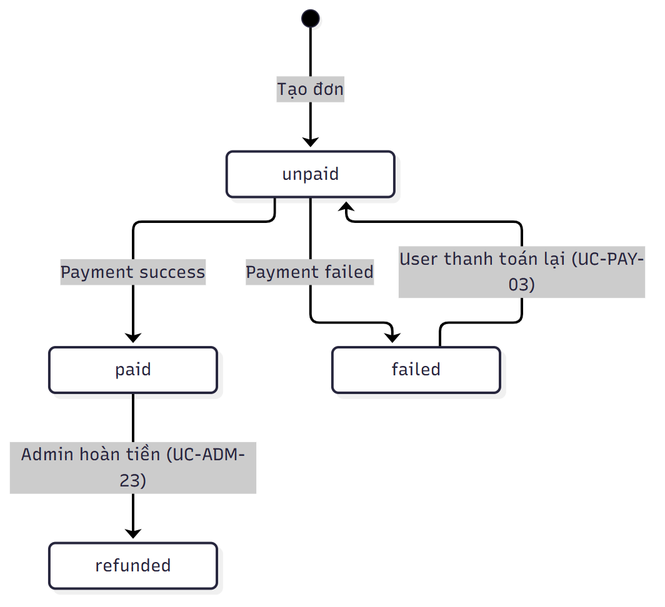
2431540234-arch/XDUDTMDT keeps this Mermaid diagram as docs/diagrams/png/state_order-payment-status.png. Above is the earlier version. Its source is kept beside it as docs/diagrams/src/state_order-payment-status.mmd. Source of this version:
```mermaid
stateDiagram-v2
    [*] --> unpaid: Tạo đơn
    unpaid --> paid: Payment success
    unpaid --> failed: Payment failed
    failed --> unpaid: User thanh toán lại (UC-PAY-03)
    paid --> refunded: Admin hoàn tiền (UC-ADM-23)
```
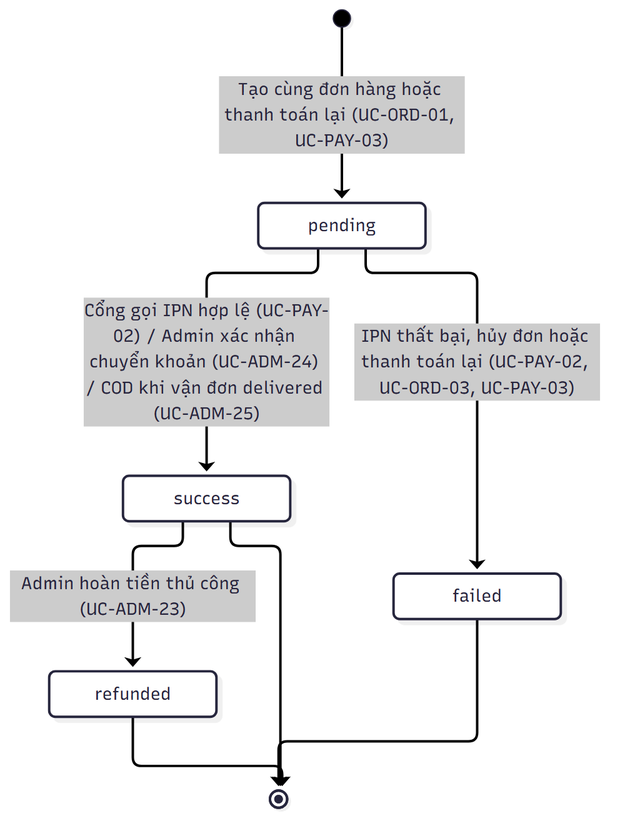
The same file after the commit.

Change to the diagram source:
```diff
@@ -1,6 +1,8 @@
 stateDiagram-v2
-    [*] --> unpaid: Tạo đơn
-    unpaid --> paid: Payment success
-    unpaid --> failed: Payment failed
-    failed --> unpaid: User thanh toán lại (UC-PAY-03)
-    paid --> refunded: Admin hoàn tiền (UC-ADM-23)
+    [*] --> pending: Tạo cùng đơn hàng hoặc thanh toán lại (UC-ORD-01, UC-PAY-03)
+    pending --> success: Cổng gọi IPN hợp lệ (UC-PAY-02) / Admin xác nhận chuyển khoản (UC-ADM-24) / COD khi vận đơn delivered (UC-ADM-25)
+    pending --> failed: IPN thất bại, hủy đơn hoặc thanh toán lại (UC-PAY-02, UC-ORD-03, UC-PAY-03)
+    success --> refunded: Admin hoàn tiền thủ công (UC-ADM-23)
+    failed --> [*]
+    refunded --> [*]
+    success --> [*]
```
